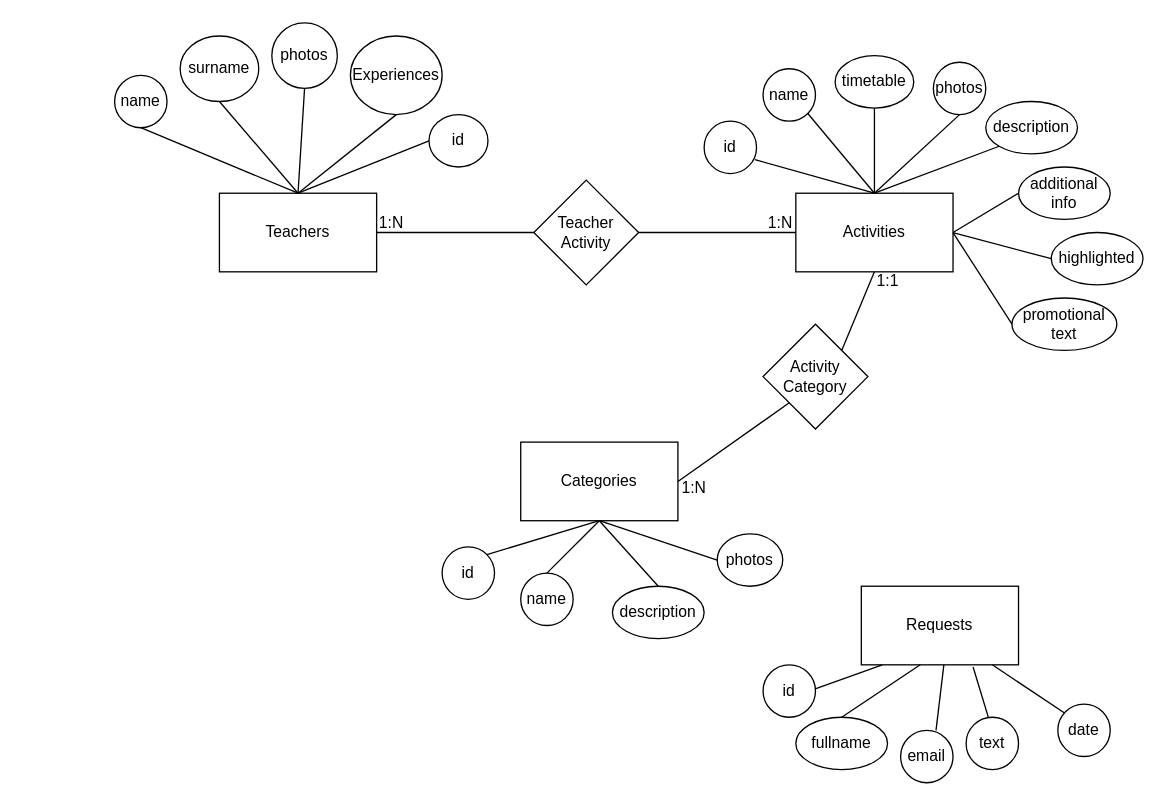
Before: YogaHouse_ERD.drawio in NakatoTeshika/Hypermedia-ERD, a draw.io diagram. Source tidied: cells renumbered, new cells numbered last; positions are measured from the earlier drawing's top-left corner, leaving out a move shared by most shapes. Both pictures are drawn from the tidied source at 131%, with x=0, y=0 at pixel (114, 22).
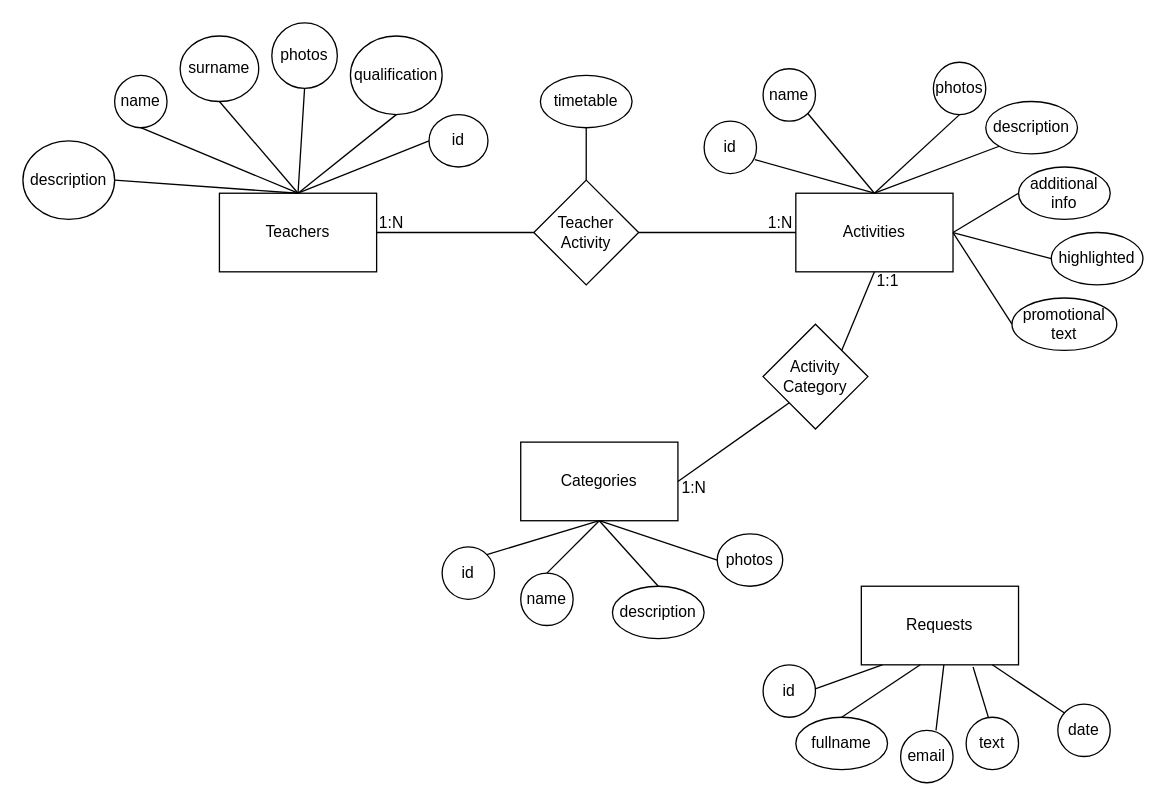
After the change.

Unchanged cells that the change refers to:
```xml
<mxCell id="3" value="Activities" style="rounded=0;whiteSpace=wrap;html=1;" parent="1" vertex="1">
  <mxGeometry x="520" y="130" width="120" height="60" as="geometry" />
</mxCell>
<mxCell id="27" value="Teacher&lt;div&gt;Activity&lt;/div&gt;" style="rhombus;whiteSpace=wrap;html=1;" parent="1" vertex="1">
  <mxGeometry x="320" y="120" width="80" height="80" as="geometry" />
</mxCell>
```

The edit, as a diff of the source:
```diff
@@
-    <mxCell id="8" value="Experiences" style="ellipse;whiteSpace=wrap;html=1;" parent="1" vertex="1">
+    <mxCell id="8" value="qualification" style="ellipse;whiteSpace=wrap;html=1;" parent="1" vertex="1">
       <mxGeometry x="180" y="10" width="70" height="60" as="geometry" />
     </mxCell>
@@
-    <mxCell id="17" value="timetable" style="ellipse;whiteSpace=wrap;html=1;" parent="1" vertex="1">
-      <mxGeometry x="550" y="25" width="60" height="40" as="geometry" />
-    </mxCell>
@@
+    <mxCell id="60" style="edgeStyle=orthogonalEdgeStyle;rounded=0;jettySize=auto;html=1;endArrow=none;startFill=0;" parent="1" edge="1" source="27">
+      <mxGeometry relative="1" as="geometry">
+        <mxPoint x="360" y="80" as="targetPoint" />
+      </mxGeometry>
+    </mxCell>
@@
-    <mxCell id="35" style="endArrow=none;html=1;rounded=0;entryX=0.5;entryY=0;entryDx=0;entryDy=0;exitX=0.5;exitY=1;exitDx=0;exitDy=0;" parent="1" edge="1" source="17" target="3">
-      <mxGeometry relative="1" as="geometry" />
-    </mxCell>
@@
+    <mxCell id="61" style="endArrow=none;html=1;rounded=0;exitX=1;exitY=0.5;exitDx=0;exitDy=0;" parent="1" edge="1" source="62">
+      <mxGeometry relative="1" as="geometry">
+        <mxPoint x="140" y="130" as="targetPoint" />
+      </mxGeometry>
+    </mxCell>
+    <mxCell id="62" value="desсription" style="ellipse;whiteSpace=wrap;html=1;" parent="1" vertex="1">
+      <mxGeometry x="-70" y="90" width="70" height="60" as="geometry" />
+    </mxCell>
+    <mxCell id="17" value="timetable" style="ellipse;whiteSpace=wrap;html=1;" parent="1" vertex="1">
+      <mxGeometry x="325" y="40" width="70" height="40" as="geometry" />
+    </mxCell>
```
